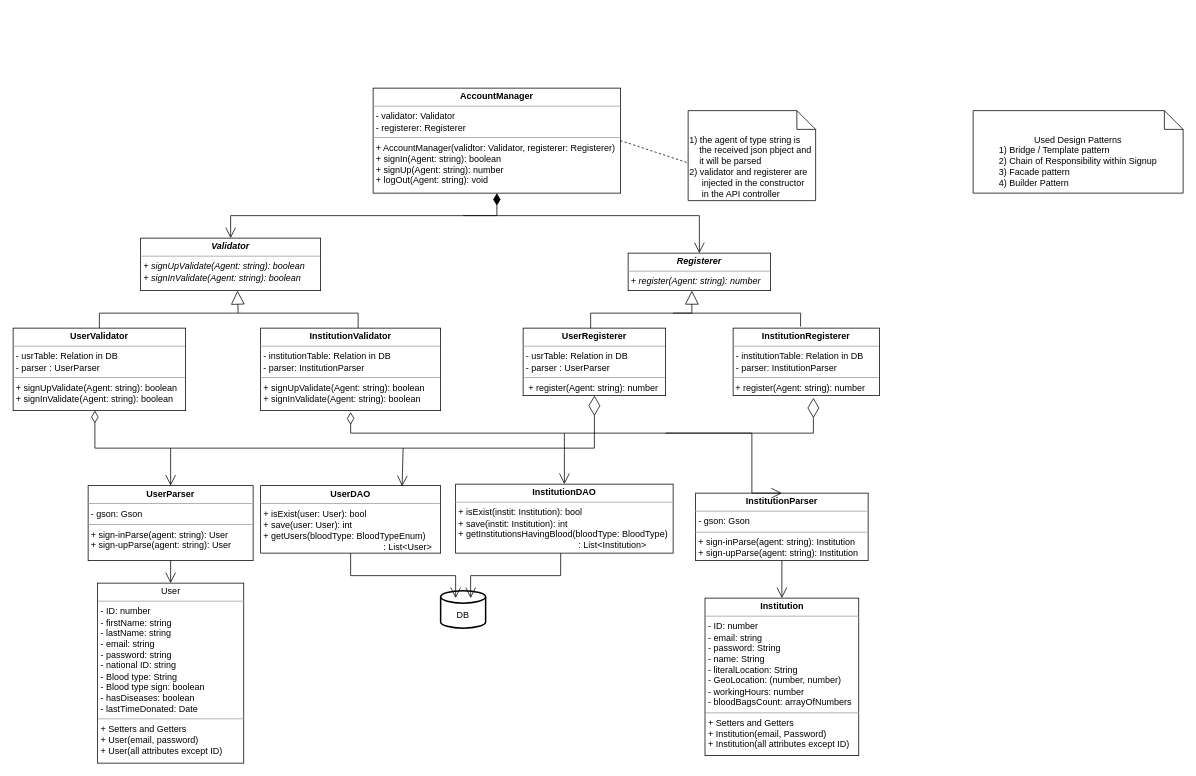
Above: page "Class Diagram" (1 of 3) of AccountManager.drawio in muhmagdy/Bloodify (draw.io), before the change. Source tidied: cells renumbered, new cells numbered last; positions are measured from the earlier drawing's top-left corner, leaving out a move shared by most shapes. Both pictures are drawn from the tidied source at 75%, with x=0, y=0 at pixel (13, 88).
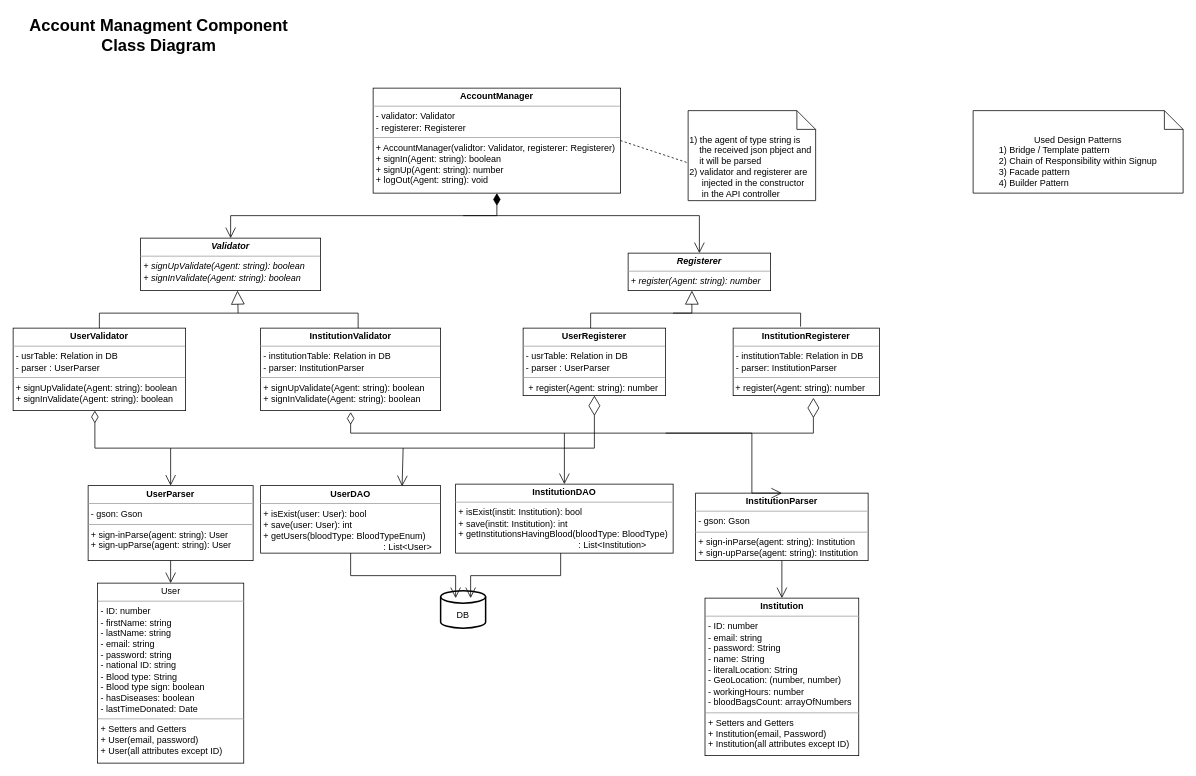
Above is the later version.

The edit, as a diff of the source:
```diff
@@
+    <mxCell id="35" value="Account Managment Component&lt;br style=&quot;font-size: 22px;&quot;&gt;Class Diagram" style="text;html=1;strokeColor=none;fillColor=none;align=center;verticalAlign=middle;whiteSpace=wrap;rounded=0;fontSize=22;fontStyle=1;" parent="1" vertex="1">
+      <mxGeometry x="13" y="-100" width="363" height="60" as="geometry" />
+    </mxCell>
```
